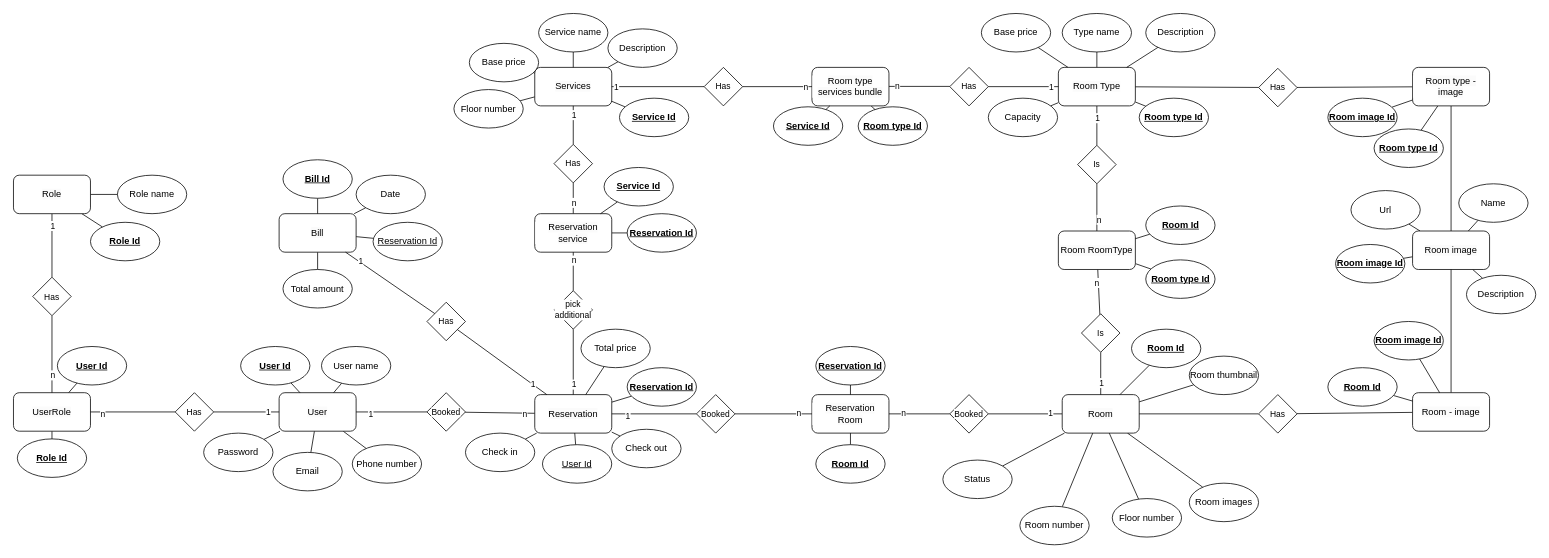
Before: doc/ER-Hotel-Management.drawio in HoangDepTraiBoDoiThe/HotelManagement, a draw.io diagram. Source tidied: cells renumbered, new cells numbered last; positions are measured from the earlier drawing's top-left corner, leaving out a move shared by most shapes. Both pictures are drawn from the tidied source at 77%, with x=0, y=0 at pixel (13, 13).
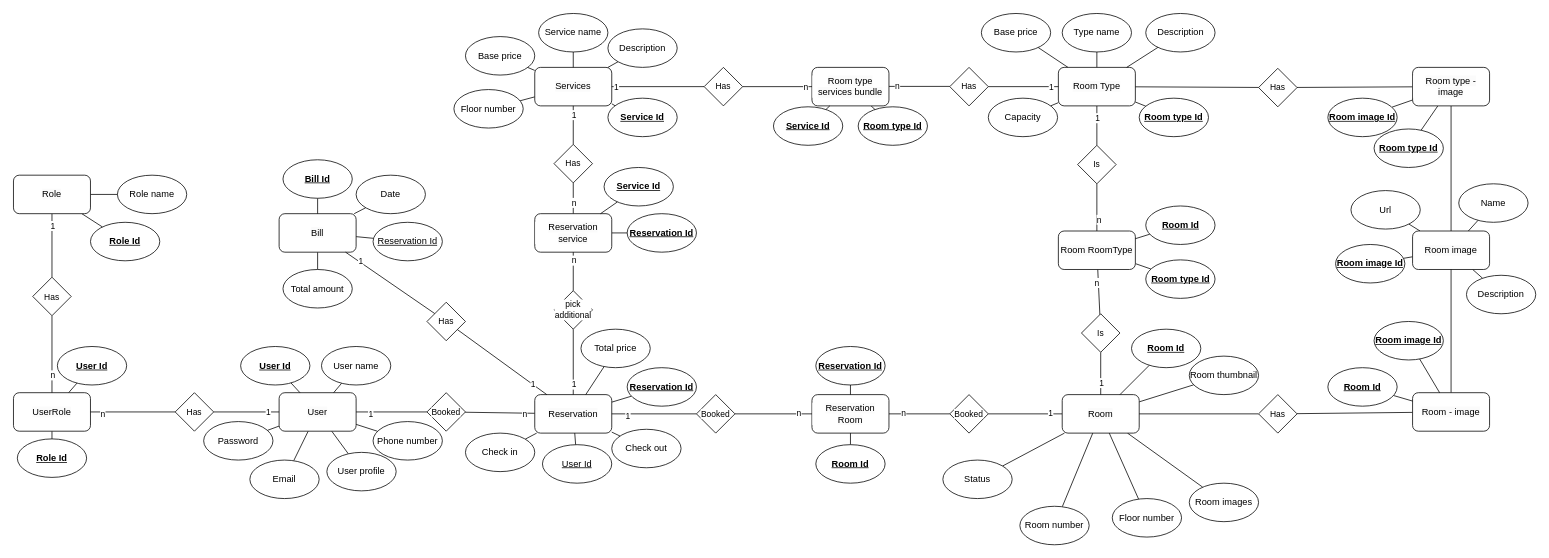
The same diagram, later.

The change refers to these unchanged cells:
```xml
<mxCell id="19" value="&lt;span style=&quot;font-size: 12px; background-color: rgb(251, 251, 251);&quot;&gt;User&lt;/span&gt;" style="rounded=1;whiteSpace=wrap;html=1;fontFamily=Helvetica;fontSize=11;fontColor=default;labelBackgroundColor=default;" parent="1" vertex="1">
  <mxGeometry x="345" y="492.5" width="100" height="50" as="geometry" />
</mxCell>
```

The edit, as a diff of the source:
```diff
@@
+    <mxCell id="186" style="edgeStyle=none;shape=connector;rounded=0;jettySize=auto;html=1;strokeColor=default;align=center;verticalAlign=middle;fontFamily=Helvetica;fontSize=11;fontColor=default;labelBackgroundColor=default;endArrow=none;endFill=0;" parent="1" edge="1" source="19" target="187">
+      <mxGeometry relative="1" as="geometry" />
+    </mxCell>
@@
     <mxCell id="22" value="Password" style="ellipse;whiteSpace=wrap;html=1;fontStyle=0;" parent="1" vertex="1">
-      <mxGeometry x="247" y="545" width="90" height="50" as="geometry" />
+      <mxGeometry x="247" y="530" width="90" height="50" as="geometry" />
     </mxCell>
@@
     <mxCell id="87" value="Service Id" style="ellipse;whiteSpace=wrap;html=1;fontStyle=5;" parent="1" vertex="1">
-      <mxGeometry x="787" y="110" width="90" height="50" as="geometry" />
+      <mxGeometry x="772" y="110" width="90" height="50" as="geometry" />
     </mxCell>
@@
     <mxCell id="93" value="Base price" style="ellipse;whiteSpace=wrap;html=1;fontStyle=0;" parent="1" vertex="1">
-      <mxGeometry x="592" y="38.8" width="90" height="50" as="geometry" />
+      <mxGeometry x="587" y="30" width="90" height="50" as="geometry" />
     </mxCell>
@@
     <mxCell id="152" value="Email" style="ellipse;whiteSpace=wrap;html=1;fontStyle=0;" parent="1" vertex="1">
-      <mxGeometry x="337" y="570" width="90" height="50" as="geometry" />
+      <mxGeometry x="307" y="580" width="90" height="50" as="geometry" />
     </mxCell>
     <mxCell id="153" value="Phone number" style="ellipse;whiteSpace=wrap;html=1;fontStyle=0;" parent="1" vertex="1">
-      <mxGeometry x="440" y="560" width="90" height="50" as="geometry" />
+      <mxGeometry x="467" y="530" width="90" height="50" as="geometry" />
     </mxCell>
@@
+    <mxCell id="187" value="User profile" style="ellipse;whiteSpace=wrap;html=1;fontStyle=0;" parent="1" vertex="1">
+      <mxGeometry x="407" y="570" width="90" height="50" as="geometry" />
+    </mxCell>
```
